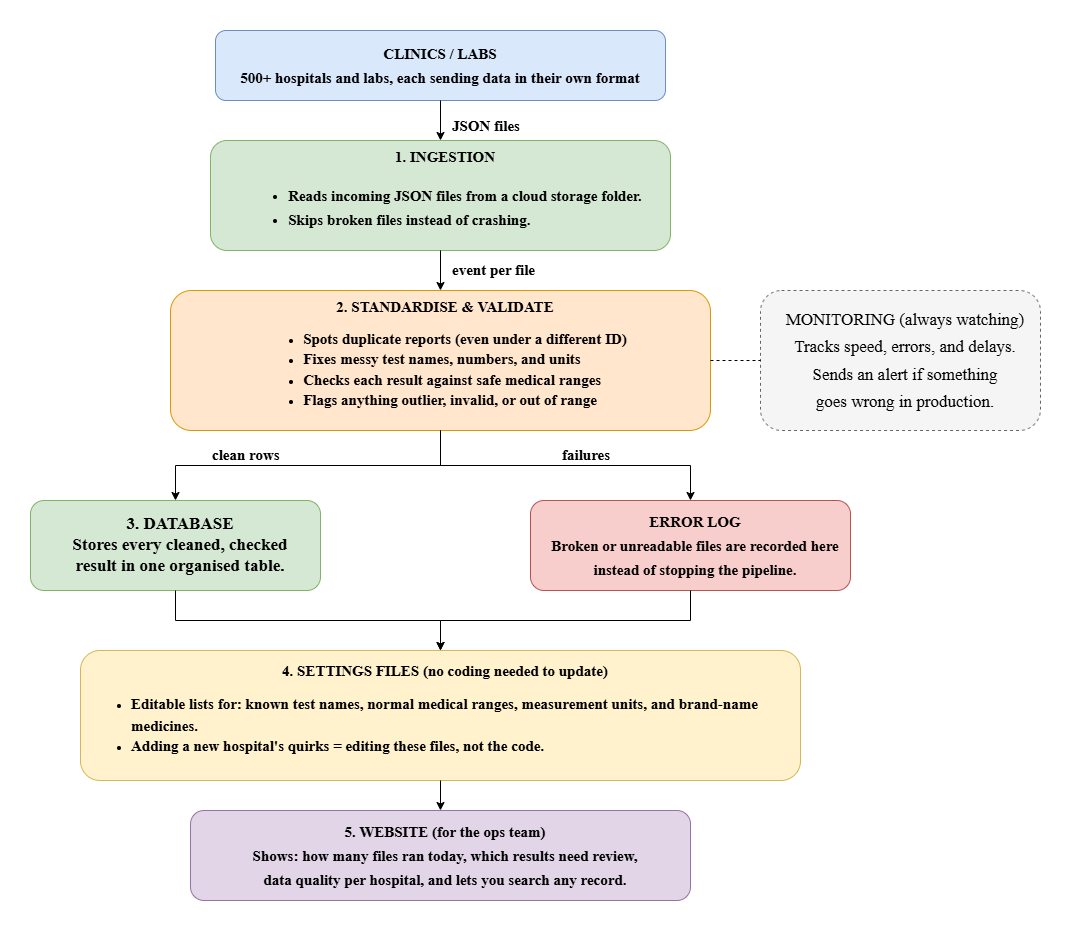
Before: docs/architecture_diagram.png, a diagram exported from draw.io (Jnanika-H/veritas-claims-pipeline). Source tidied: cells renumbered, new cells last; positions are measured from the earlier drawing's top-left corner, leaving out a move shared by most shapes. The source it was exported from:
```xml
<mxGraphModel>
  <root>
    <mxCell id="0" />
    <mxCell id="1" parent="0" />
    <mxCell id="2" value="&lt;font face=&quot;Times New Roman&quot; style=&quot;line-height: 160%; font-size: 15px;&quot;&gt;CLINICS / LABS&lt;br&gt;500+ hospitals and labs, each sending data in their own format&lt;/font&gt;" style="rounded=1;whiteSpace=wrap;html=1;fillColor=#dae8fc;strokeColor=#6c8ebf;fontSize=13;fontStyle=1;align=center;" parent="1" vertex="1">
      <mxGeometry x="185" width="450" height="70" as="geometry" />
    </mxCell>
    <mxCell id="3" value="&lt;font face=&quot;Times New Roman&quot; style=&quot;line-height: 160%; font-size: 15px;&quot;&gt;1. INGESTION&lt;br&gt;&lt;div style=&quot;text-align: left;&quot;&gt;&lt;ul style=&quot;&quot;&gt;&lt;li style=&quot;&quot;&gt;&lt;span style=&quot;background-color: transparent; color: light-dark(rgb(0, 0, 0), rgb(255, 255, 255));&quot;&gt;Reads incoming JSON files from a cloud storage folder.&lt;/span&gt;&lt;/li&gt;&lt;li style=&quot;&quot;&gt;&lt;span style=&quot;background-color: transparent; color: light-dark(rgb(0, 0, 0), rgb(255, 255, 255));&quot;&gt;Skips broken files instead of crashing.&lt;/span&gt;&lt;/li&gt;&lt;/ul&gt;&lt;/div&gt;&lt;/font&gt;" style="rounded=1;whiteSpace=wrap;html=1;fillColor=#d5e8d4;strokeColor=#82b366;fontSize=12;fontStyle=1;align=center;spacingLeft=10;" parent="1" vertex="1">
      <mxGeometry x="180" y="110" width="460" height="110" as="geometry" />
    </mxCell>
    <mxCell id="4" value="&lt;div style=&quot;line-height: 160%;&quot;&gt;&lt;font face=&quot;Times New Roman&quot; style=&quot;font-size: 15px;&quot;&gt;2. STANDARDISE &amp;amp; VALIDATE&lt;br&gt;&lt;/font&gt;&lt;div style=&quot;text-align: left;&quot;&gt;&lt;ul&gt;&lt;li&gt;&lt;span style=&quot;background-color: transparent; color: light-dark(rgb(0, 0, 0), rgb(255, 255, 255));&quot;&gt;&lt;font face=&quot;Times New Roman&quot; style=&quot;font-size: 15px;&quot;&gt;Spots duplicate reports (even under a different ID)&lt;/font&gt;&lt;/span&gt;&lt;/li&gt;&lt;li&gt;&lt;span style=&quot;background-color: transparent; color: light-dark(rgb(0, 0, 0), rgb(255, 255, 255));&quot;&gt;&lt;font face=&quot;Times New Roman&quot; style=&quot;font-size: 15px;&quot;&gt;Fixes messy test names, numbers, and units&lt;/font&gt;&lt;/span&gt;&lt;/li&gt;&lt;li&gt;&lt;span style=&quot;background-color: transparent; color: light-dark(rgb(0, 0, 0), rgb(255, 255, 255));&quot;&gt;&lt;font face=&quot;Times New Roman&quot; style=&quot;font-size: 15px;&quot;&gt;Checks each result against safe medical ranges&lt;/font&gt;&lt;/span&gt;&lt;/li&gt;&lt;li&gt;&lt;span style=&quot;background-color: transparent; color: light-dark(rgb(0, 0, 0), rgb(255, 255, 255));&quot;&gt;&lt;font face=&quot;Times New Roman&quot; style=&quot;font-size: 15px;&quot;&gt;Flags anything outlier, invalid, or out of range&lt;/font&gt;&lt;/span&gt;&lt;/li&gt;&lt;/ul&gt;&lt;/div&gt;&lt;/div&gt;" style="rounded=1;whiteSpace=wrap;html=1;fillColor=#ffe6cc;strokeColor=#d79b00;fontSize=12;fontStyle=1;align=center;spacingLeft=10;" parent="1" vertex="1">
      <mxGeometry x="140" y="260" width="540" height="140" as="geometry" />
    </mxCell>
    <mxCell id="5" value="&lt;div style=&quot;line-height: 160%;&quot;&gt;&lt;font face=&quot;Times New Roman&quot; style=&quot;font-size: 17px;&quot;&gt;3. DATABASE&lt;/font&gt;&lt;div&gt;&lt;div&gt;&lt;font style=&quot;font-size: 17px;&quot;&gt;&lt;span style=&quot;font-family: &amp;quot;Times New Roman&amp;quot;; background-color: transparent; color: light-dark(rgb(0, 0, 0), rgb(255, 255, 255));&quot;&gt;Stores every cleaned, checked result&amp;nbsp;&lt;/span&gt;&lt;span style=&quot;font-family: &amp;quot;Times New Roman&amp;quot;; background-color: transparent; color: light-dark(rgb(0, 0, 0), rgb(255, 255, 255));&quot;&gt;in one&amp;nbsp;&lt;/span&gt;&lt;span style=&quot;font-family: &amp;quot;Times New Roman&amp;quot;; background-color: transparent; color: light-dark(rgb(0, 0, 0), rgb(255, 255, 255));&quot;&gt;organised table.&lt;/span&gt;&lt;/font&gt;&lt;/div&gt;&lt;/div&gt;&lt;/div&gt;" style="rounded=1;whiteSpace=wrap;html=1;fillColor=#d5e8d4;strokeColor=#82b366;fontSize=12;fontStyle=1;align=center;spacingLeft=10;" parent="1" vertex="1">
      <mxGeometry y="470" width="290" height="90" as="geometry" />
    </mxCell>
    <mxCell id="6" value="&lt;font face=&quot;Times New Roman&quot; style=&quot;line-height: 160%; font-size: 15px;&quot;&gt;ERROR LOG&lt;br&gt;&lt;div style=&quot;&quot;&gt;&lt;span style=&quot;background-color: transparent; color: light-dark(rgb(0, 0, 0), rgb(255, 255, 255));&quot;&gt;Broken or unreadable files&amp;nbsp;&lt;/span&gt;&lt;span style=&quot;background-color: transparent; color: light-dark(rgb(0, 0, 0), rgb(255, 255, 255));&quot;&gt;are recorded here instead&amp;nbsp;&lt;/span&gt;&lt;span style=&quot;background-color: transparent; color: light-dark(rgb(0, 0, 0), rgb(255, 255, 255));&quot;&gt;of stopping the pipeline.&lt;/span&gt;&lt;/div&gt;&lt;/font&gt;" style="rounded=1;whiteSpace=wrap;html=1;fillColor=#f8cecc;strokeColor=#b85450;fontSize=12;fontStyle=1;align=center;spacingLeft=10;" parent="1" vertex="1">
      <mxGeometry x="500" y="470" width="320" height="90" as="geometry" />
    </mxCell>
    <mxCell id="7" value="&lt;div style=&quot;line-height: 160%;&quot;&gt;&lt;font face=&quot;Times New Roman&quot; style=&quot;font-size: 15px;&quot;&gt;4. SETTINGS FILES (no coding needed to update)&lt;/font&gt;&lt;div style=&quot;text-align: left;&quot;&gt;&lt;ul&gt;&lt;li&gt;&lt;font style=&quot;font-size: 15px;&quot;&gt;&lt;font face=&quot;Times New Roman&quot; style=&quot;font-family: &amp;quot;Times New Roman&amp;quot;; background-color: transparent; color: light-dark(rgb(0, 0, 0), rgb(255, 255, 255));&quot;&gt;Editable lists for: known test names, normal medical ranges,&amp;nbsp;&lt;/font&gt;&lt;span style=&quot;font-family: &amp;quot;Times New Roman&amp;quot;; background-color: transparent; color: light-dark(rgb(0, 0, 0), rgb(255, 255, 255));&quot;&gt;measurement units, and brand-name medicines.&lt;/span&gt;&lt;/font&gt;&lt;/li&gt;&lt;li&gt;&lt;span style=&quot;font-family: &amp;quot;Times New Roman&amp;quot;; background-color: transparent; color: light-dark(rgb(0, 0, 0), rgb(255, 255, 255));&quot;&gt;&lt;font style=&quot;font-size: 15px;&quot;&gt;Adding a new hospital's quirks = editing these files, not the code.&lt;/font&gt;&lt;/span&gt;&lt;/li&gt;&lt;/ul&gt;&lt;/div&gt;&lt;/div&gt;" style="rounded=1;whiteSpace=wrap;html=1;fillColor=#fff2cc;strokeColor=#d6b656;fontSize=12;fontStyle=1;align=center;spacingLeft=10;" parent="1" vertex="1">
      <mxGeometry x="50" y="620" width="720" height="130" as="geometry" />
    </mxCell>
    <mxCell id="8" value="&lt;font face=&quot;Times New Roman&quot; style=&quot;line-height: 160%; font-size: 15px;&quot;&gt;5. WEBSITE (for the ops team)&lt;br&gt;Shows: how many files ran today, which results need review,&lt;br&gt;data quality per hospital, and lets you search any record.&lt;/font&gt;" style="rounded=1;whiteSpace=wrap;html=1;fillColor=#e1d5e7;strokeColor=#9673a6;fontSize=12;fontStyle=1;align=center;spacingLeft=10;" parent="1" vertex="1">
      <mxGeometry x="160" y="780" width="500" height="90" as="geometry" />
    </mxCell>
    <mxCell id="9" value="&lt;font face=&quot;Times New Roman&quot; style=&quot;line-height: 160%; font-size: 17px;&quot;&gt;MONITORING (always watching)&lt;br&gt;Tracks speed, errors, and delays.&lt;br&gt;Sends an alert if something&lt;br&gt;goes wrong in production.&lt;/font&gt;" style="rounded=1;whiteSpace=wrap;html=1;fillColor=#f5f5f5;strokeColor=#666666;fontSize=11;align=center;spacingLeft=10;dashed=1;" parent="1" vertex="1">
      <mxGeometry x="730" y="260" width="280" height="140" as="geometry" />
    </mxCell>
    <mxCell id="10" style="edgeStyle=orthogonalEdgeStyle;rounded=0;html=1;" parent="1" edge="1" source="2" target="3">
      <mxGeometry relative="1" as="geometry" />
    </mxCell>
    <mxCell id="11" value="&lt;b&gt;&lt;font face=&quot;Times New Roman&quot; style=&quot;font-size: 15px;&quot;&gt;JSON files&lt;/font&gt;&lt;/b&gt;" style="text;html=1;fontSize=10;" parent="1" vertex="1">
      <mxGeometry x="420" y="80" width="80" height="30" as="geometry" />
    </mxCell>
    <mxCell id="12" style="edgeStyle=orthogonalEdgeStyle;rounded=0;html=1;" parent="1" edge="1" source="3" target="4">
      <mxGeometry relative="1" as="geometry" />
    </mxCell>
    <mxCell id="13" value="&lt;b&gt;&lt;font face=&quot;Times New Roman&quot; style=&quot;line-height: 180%; font-size: 15px;&quot;&gt;event per file&lt;/font&gt;&lt;/b&gt;" style="text;html=1;fontSize=10;" parent="1" vertex="1">
      <mxGeometry x="420" y="220" width="100" height="30" as="geometry" />
    </mxCell>
    <mxCell id="14" style="edgeStyle=orthogonalEdgeStyle;rounded=0;html=1;" parent="1" edge="1" source="4" target="5">
      <mxGeometry relative="1" as="geometry" />
    </mxCell>
    <mxCell id="15" value="&lt;font face=&quot;Times New Roman&quot; style=&quot;font-size: 15px;&quot;&gt;&lt;b style=&quot;line-height: 200%;&quot;&gt;clean rows&lt;/b&gt;&lt;/font&gt;" style="text;html=1;fontSize=10;" parent="1" vertex="1">
      <mxGeometry x="180" y="402.5" width="90" height="30" as="geometry" />
    </mxCell>
    <mxCell id="16" style="edgeStyle=orthogonalEdgeStyle;rounded=0;html=1;" parent="1" edge="1" source="4" target="6">
      <mxGeometry relative="1" as="geometry" />
    </mxCell>
    <mxCell id="17" value="&lt;font face=&quot;Times New Roman&quot; style=&quot;font-size: 15px;&quot;&gt;&lt;b style=&quot;line-height: 200%;&quot;&gt;failures&lt;/b&gt;&lt;/font&gt;" style="text;html=1;fontSize=10;" parent="1" vertex="1">
      <mxGeometry x="530" y="402.5" width="70" height="30" as="geometry" />
    </mxCell>
    <mxCell id="18" style="edgeStyle=orthogonalEdgeStyle;rounded=0;html=1;" parent="1" edge="1" source="5" target="7">
      <mxGeometry relative="1" as="geometry">
        <Array as="points">
          <mxPoint x="145" y="590" />
          <mxPoint x="410" y="590" />
        </Array>
      </mxGeometry>
    </mxCell>
    <mxCell id="19" style="edgeStyle=orthogonalEdgeStyle;rounded=0;html=1;" parent="1" edge="1" source="6" target="7">
      <mxGeometry relative="1" as="geometry">
        <Array as="points">
          <mxPoint x="660" y="590" />
          <mxPoint x="410" y="590" />
        </Array>
      </mxGeometry>
    </mxCell>
    <mxCell id="20" style="edgeStyle=orthogonalEdgeStyle;rounded=0;html=1;" parent="1" edge="1" source="7" target="8">
      <mxGeometry relative="1" as="geometry" />
    </mxCell>
    <mxCell id="21" style="edgeStyle=orthogonalEdgeStyle;rounded=0;html=1;dashed=1;startArrow=none;endArrow=none;" parent="1" edge="1" source="4" target="9">
      <mxGeometry relative="1" as="geometry" />
    </mxCell>
  </root>
</mxGraphModel>
```
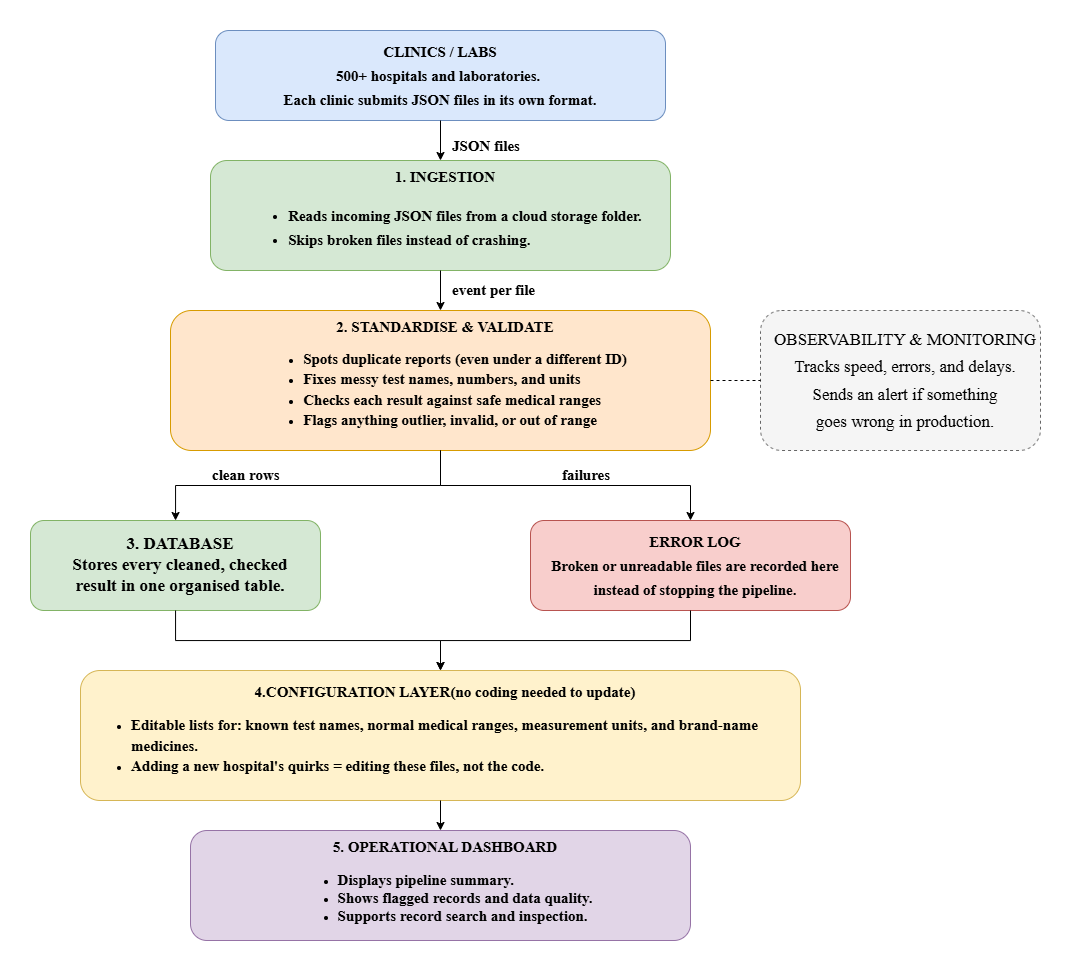
Later version of the same file.

Commit message:
Update README and architecture diagram

What changed in the source:
```diff
@@ -2,8 +2,8 @@
   <root>
     <mxCell id="0" />
     <mxCell id="1" parent="0" />
-    <mxCell id="2" value="&lt;font face=&quot;Times New Roman&quot; style=&quot;line-height: 160%; font-size: 15px;&quot;&gt;CLINICS / LABS&lt;br&gt;500+ hospitals and labs, each sending data in their own format&lt;/font&gt;" style="rounded=1;whiteSpace=wrap;html=1;fillColor=#dae8fc;strokeColor=#6c8ebf;fontSize=13;fontStyle=1;align=center;" parent="1" vertex="1">
-      <mxGeometry x="185" width="450" height="70" as="geometry" />
+    <mxCell id="2" value="&lt;font face=&quot;Times New Roman&quot; style=&quot;line-height: 160%; font-size: 15px;&quot;&gt;CLINICS / LABS&lt;br&gt;500+ hospitals and laboratories.&amp;nbsp;&lt;/font&gt;&lt;div&gt;&lt;font face=&quot;Times New Roman&quot; style=&quot;line-height: 160%; font-size: 15px;&quot;&gt;Each clinic submits JSON files in its own format.&lt;/font&gt;&lt;/div&gt;" style="rounded=1;whiteSpace=wrap;html=1;fillColor=#dae8fc;strokeColor=#6c8ebf;fontSize=13;fontStyle=1;align=center;" parent="1" vertex="1">
+      <mxGeometry x="185" y="-20" width="450" height="90" as="geometry" />
     </mxCell>
     <mxCell id="3" value="&lt;font face=&quot;Times New Roman&quot; style=&quot;line-height: 160%; font-size: 15px;&quot;&gt;1. INGESTION&lt;br&gt;&lt;div style=&quot;text-align: left;&quot;&gt;&lt;ul style=&quot;&quot;&gt;&lt;li style=&quot;&quot;&gt;&lt;span style=&quot;background-color: transparent; color: light-dark(rgb(0, 0, 0), rgb(255, 255, 255));&quot;&gt;Reads incoming JSON files from a cloud storage folder.&lt;/span&gt;&lt;/li&gt;&lt;li style=&quot;&quot;&gt;&lt;span style=&quot;background-color: transparent; color: light-dark(rgb(0, 0, 0), rgb(255, 255, 255));&quot;&gt;Skips broken files instead of crashing.&lt;/span&gt;&lt;/li&gt;&lt;/ul&gt;&lt;/div&gt;&lt;/font&gt;" style="rounded=1;whiteSpace=wrap;html=1;fillColor=#d5e8d4;strokeColor=#82b366;fontSize=12;fontStyle=1;align=center;spacingLeft=10;" parent="1" vertex="1">
       <mxGeometry x="180" y="110" width="460" height="110" as="geometry" />
@@ -17,13 +17,13 @@
     <mxCell id="6" value="&lt;font face=&quot;Times New Roman&quot; style=&quot;line-height: 160%; font-size: 15px;&quot;&gt;ERROR LOG&lt;br&gt;&lt;div style=&quot;&quot;&gt;&lt;span style=&quot;background-color: transparent; color: light-dark(rgb(0, 0, 0), rgb(255, 255, 255));&quot;&gt;Broken or unreadable files&amp;nbsp;&lt;/span&gt;&lt;span style=&quot;background-color: transparent; color: light-dark(rgb(0, 0, 0), rgb(255, 255, 255));&quot;&gt;are recorded here instead&amp;nbsp;&lt;/span&gt;&lt;span style=&quot;background-color: transparent; color: light-dark(rgb(0, 0, 0), rgb(255, 255, 255));&quot;&gt;of stopping the pipeline.&lt;/span&gt;&lt;/div&gt;&lt;/font&gt;" style="rounded=1;whiteSpace=wrap;html=1;fillColor=#f8cecc;strokeColor=#b85450;fontSize=12;fontStyle=1;align=center;spacingLeft=10;" parent="1" vertex="1">
       <mxGeometry x="500" y="470" width="320" height="90" as="geometry" />
     </mxCell>
-    <mxCell id="7" value="&lt;div style=&quot;line-height: 160%;&quot;&gt;&lt;font face=&quot;Times New Roman&quot; style=&quot;font-size: 15px;&quot;&gt;4. SETTINGS FILES (no coding needed to update)&lt;/font&gt;&lt;div style=&quot;text-align: left;&quot;&gt;&lt;ul&gt;&lt;li&gt;&lt;font style=&quot;font-size: 15px;&quot;&gt;&lt;font face=&quot;Times New Roman&quot; style=&quot;font-family: &amp;quot;Times New Roman&amp;quot;; background-color: transparent; color: light-dark(rgb(0, 0, 0), rgb(255, 255, 255));&quot;&gt;Editable lists for: known test names, normal medical ranges,&amp;nbsp;&lt;/font&gt;&lt;span style=&quot;font-family: &amp;quot;Times New Roman&amp;quot;; background-color: transparent; color: light-dark(rgb(0, 0, 0), rgb(255, 255, 255));&quot;&gt;measurement units, and brand-name medicines.&lt;/span&gt;&lt;/font&gt;&lt;/li&gt;&lt;li&gt;&lt;span style=&quot;font-family: &amp;quot;Times New Roman&amp;quot;; background-color: transparent; color: light-dark(rgb(0, 0, 0), rgb(255, 255, 255));&quot;&gt;&lt;font style=&quot;font-size: 15px;&quot;&gt;Adding a new hospital's quirks = editing these files, not the code.&lt;/font&gt;&lt;/span&gt;&lt;/li&gt;&lt;/ul&gt;&lt;/div&gt;&lt;/div&gt;" style="rounded=1;whiteSpace=wrap;html=1;fillColor=#fff2cc;strokeColor=#d6b656;fontSize=12;fontStyle=1;align=center;spacingLeft=10;" parent="1" vertex="1">
+    <mxCell id="7" value="&lt;div style=&quot;line-height: 160%;&quot;&gt;&lt;font face=&quot;Times New Roman&quot; style=&quot;font-size: 15px;&quot;&gt;4.&lt;/font&gt;&lt;font style=&quot;font-size: 15px;&quot;&gt;&lt;font face=&quot;Times New Roman&quot; style=&quot;&quot;&gt;CONFIGURATION LAYER&lt;/font&gt;&lt;font face=&quot;Times New Roman&quot; style=&quot;&quot;&gt;(&lt;/font&gt;&lt;/font&gt;&lt;font face=&quot;Times New Roman&quot; style=&quot;font-size: 15px;&quot;&gt;no coding needed to update)&lt;/font&gt;&lt;div style=&quot;text-align: left;&quot;&gt;&lt;ul&gt;&lt;li&gt;&lt;font style=&quot;font-size: 15px;&quot;&gt;&lt;font face=&quot;Times New Roman&quot; style=&quot;font-family: &amp;quot;Times New Roman&amp;quot;; background-color: transparent; color: light-dark(rgb(0, 0, 0), rgb(255, 255, 255));&quot;&gt;Editable lists for: known test names, normal medical ranges,&amp;nbsp;&lt;/font&gt;&lt;span style=&quot;font-family: &amp;quot;Times New Roman&amp;quot;; background-color: transparent; color: light-dark(rgb(0, 0, 0), rgb(255, 255, 255));&quot;&gt;measurement units, and brand-name medicines.&lt;/span&gt;&lt;/font&gt;&lt;/li&gt;&lt;li&gt;&lt;span style=&quot;font-family: &amp;quot;Times New Roman&amp;quot;; background-color: transparent; color: light-dark(rgb(0, 0, 0), rgb(255, 255, 255));&quot;&gt;&lt;font style=&quot;font-size: 15px;&quot;&gt;Adding a new hospital's quirks = editing these files, not the code.&lt;/font&gt;&lt;/span&gt;&lt;/li&gt;&lt;/ul&gt;&lt;/div&gt;&lt;/div&gt;" style="rounded=1;whiteSpace=wrap;html=1;fillColor=#fff2cc;strokeColor=#d6b656;fontSize=12;fontStyle=1;align=center;spacingLeft=10;" parent="1" vertex="1">
       <mxGeometry x="50" y="620" width="720" height="130" as="geometry" />
     </mxCell>
-    <mxCell id="8" value="&lt;font face=&quot;Times New Roman&quot; style=&quot;line-height: 160%; font-size: 15px;&quot;&gt;5. WEBSITE (for the ops team)&lt;br&gt;Shows: how many files ran today, which results need review,&lt;br&gt;data quality per hospital, and lets you search any record.&lt;/font&gt;" style="rounded=1;whiteSpace=wrap;html=1;fillColor=#e1d5e7;strokeColor=#9673a6;fontSize=12;fontStyle=1;align=center;spacingLeft=10;" parent="1" vertex="1">
-      <mxGeometry x="160" y="780" width="500" height="90" as="geometry" />
+    <mxCell id="8" value="&lt;font style=&quot;line-height: 160%; font-size: 15px;&quot; face=&quot;Times New Roman&quot;&gt;5. OPERATIONAL DASHBOARD&lt;/font&gt;&lt;div&gt;&lt;div style=&quot;&quot;&gt;&lt;ul&gt;&lt;li style=&quot;text-align: left;&quot;&gt;&lt;span style=&quot;background-color: transparent; color: light-dark(rgb(0, 0, 0), rgb(255, 255, 255));&quot;&gt;&lt;font style=&quot;font-size: 15px;&quot; face=&quot;Times New Roman&quot;&gt;Displays pipeline summary.&lt;/font&gt;&lt;/span&gt;&lt;/li&gt;&lt;li style=&quot;text-align: left;&quot;&gt;&lt;font style=&quot;font-size: 15px;&quot; face=&quot;Times New Roman&quot;&gt;Shows flagged records and data quality.&lt;/font&gt;&lt;/li&gt;&lt;li style=&quot;text-align: left;&quot;&gt;&lt;font style=&quot;font-size: 15px;&quot; face=&quot;Times New Roman&quot;&gt;Supports record search and inspection.&lt;/font&gt;&lt;/li&gt;&lt;/ul&gt;&lt;/div&gt;&lt;/div&gt;" style="rounded=1;whiteSpace=wrap;html=1;fillColor=#e1d5e7;strokeColor=#9673a6;fontSize=12;fontStyle=1;align=center;spacingLeft=10;" parent="1" vertex="1">
+      <mxGeometry x="160" y="780" width="500" height="110" as="geometry" />
     </mxCell>
-    <mxCell id="9" value="&lt;font face=&quot;Times New Roman&quot; style=&quot;line-height: 160%; font-size: 17px;&quot;&gt;MONITORING (always watching)&lt;br&gt;Tracks speed, errors, and delays.&lt;br&gt;Sends an alert if something&lt;br&gt;goes wrong in production.&lt;/font&gt;" style="rounded=1;whiteSpace=wrap;html=1;fillColor=#f5f5f5;strokeColor=#666666;fontSize=11;align=center;spacingLeft=10;dashed=1;" parent="1" vertex="1">
+    <mxCell id="9" value="&lt;font face=&quot;Times New Roman&quot; style=&quot;line-height: 160%; font-size: 17px;&quot;&gt;OBSERVABILITY &amp;amp; MONITORING&lt;br&gt;Tracks speed, errors, and delays.&lt;br&gt;Sends an alert if something&lt;br&gt;goes wrong in production.&lt;/font&gt;" style="rounded=1;whiteSpace=wrap;html=1;fillColor=#f5f5f5;strokeColor=#666666;fontSize=11;align=center;spacingLeft=10;dashed=1;" parent="1" vertex="1">
       <mxGeometry x="730" y="260" width="280" height="140" as="geometry" />
     </mxCell>
     <mxCell id="10" style="edgeStyle=orthogonalEdgeStyle;rounded=0;html=1;" parent="1" edge="1" source="2" target="3">
```
